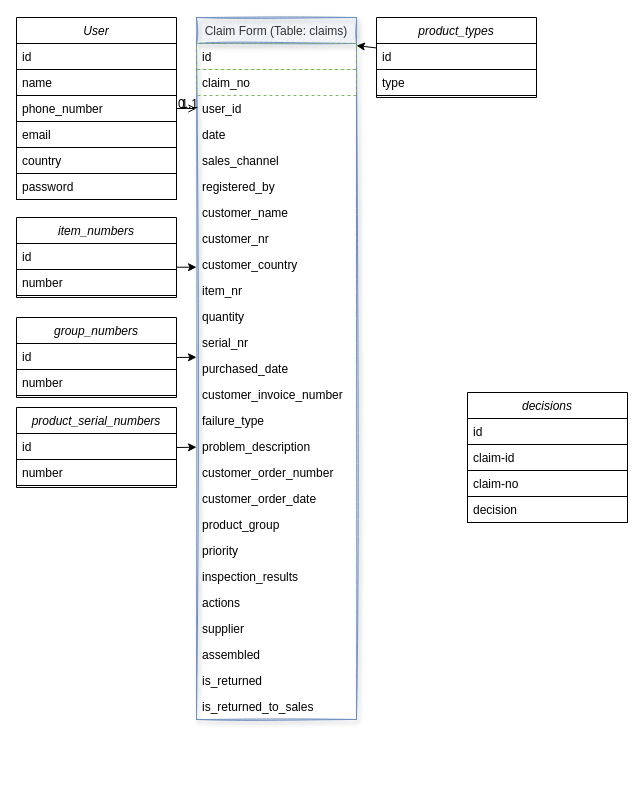
Above: page "Database Design" (2 of 2) of Untitled Diagram.drawio in b3d0NA/b3d0NA (draw.io), before the change. Source tidied: cells renumbered, new cells numbered last; positions are measured from the earlier drawing's top-left corner, leaving out a move shared by most shapes. Both pictures are drawn from the tidied source at 100%, with x=0, y=0 at pixel (16, 17).
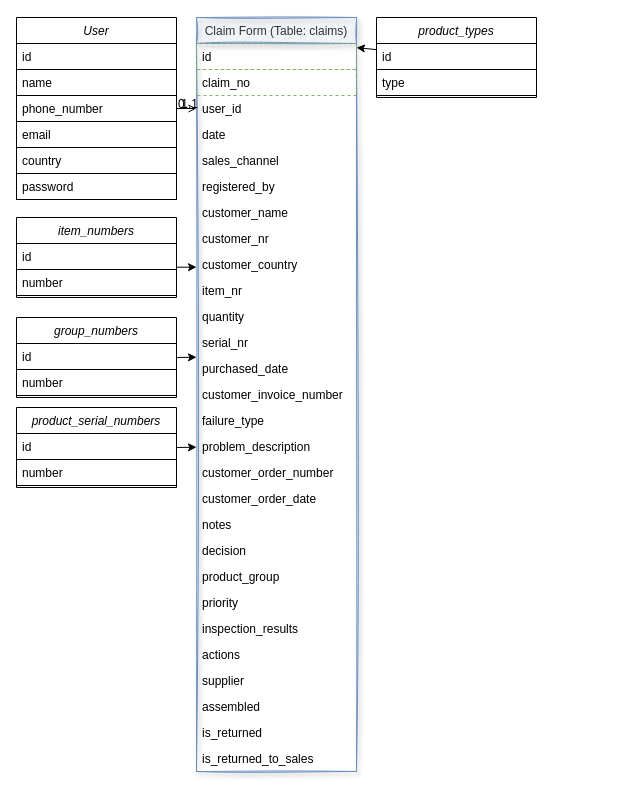
After the change.

The edit, as a diff of the source:
```diff
@@
     <mxCell id="9" value="Claim Form (Table: claims)" style="swimlane;fontStyle=0;align=center;verticalAlign=top;horizontal=1;startSize=26;rounded=0;shadow=1;strokeWidth=1;fillColor=#dae8fc;strokeColor=#6c8ebf;glass=0;sketch=1;fontColor=#333333;" parent="1" vertex="1">
-      <mxGeometry x="180" width="160" height="702" as="geometry" />
+      <mxGeometry x="180" width="160" height="754" as="geometry" />
     </mxCell>
@@
-    <mxCell id="26" value="customer_order_number&#10;" style="text;align=left;verticalAlign=top;spacingLeft=4;spacingRight=4;overflow=hidden;rounded=0;shadow=0;html=0;" parent="9" vertex="1">
+    <mxCell id="26" value="customer_order_number" style="text;align=left;verticalAlign=top;spacingLeft=4;spacingRight=4;overflow=hidden;rounded=0;shadow=0;html=0;" parent="9" vertex="1">
       <mxGeometry y="442" width="160" height="26" as="geometry" />
     </mxCell>
-    <mxCell id="27" value="customer_order_date&#10;" style="text;align=left;verticalAlign=top;spacingLeft=4;spacingRight=4;overflow=hidden;rounded=0;shadow=0;html=0;" parent="9" vertex="1">
+    <mxCell id="27" value="customer_order_date" style="text;align=left;verticalAlign=top;spacingLeft=4;spacingRight=4;overflow=hidden;rounded=0;shadow=0;html=0;" parent="9" vertex="1">
       <mxGeometry y="468" width="160" height="26" as="geometry" />
     </mxCell>
+    <mxCell id="60" value="notes" style="text;align=left;verticalAlign=top;spacingLeft=4;spacingRight=4;overflow=hidden;rounded=0;shadow=0;html=0;" parent="9" vertex="1">
+      <mxGeometry y="494" width="160" height="26" as="geometry" />
+    </mxCell>
+    <mxCell id="59" value="decision" style="text;align=left;verticalAlign=top;spacingLeft=4;spacingRight=4;overflow=hidden;rounded=0;shadow=0;html=0;" parent="9" vertex="1">
+      <mxGeometry y="520" width="160" height="26" as="geometry" />
+    </mxCell>
     <mxCell id="28" value="product_group" style="text;align=left;verticalAlign=top;spacingLeft=4;spacingRight=4;overflow=hidden;rounded=0;shadow=0;html=0;" parent="9" vertex="1">
-      <mxGeometry y="494" width="160" height="26" as="geometry" />
+      <mxGeometry y="546" width="160" height="26" as="geometry" />
     </mxCell>
     <mxCell id="29" value="priority" style="text;align=left;verticalAlign=top;spacingLeft=4;spacingRight=4;overflow=hidden;rounded=0;shadow=0;html=0;" parent="9" vertex="1">
-      <mxGeometry y="520" width="160" height="26" as="geometry" />
+      <mxGeometry y="572" width="160" height="26" as="geometry" />
     </mxCell>
     <mxCell id="30" value="inspection_results" style="text;align=left;verticalAlign=top;spacingLeft=4;spacingRight=4;overflow=hidden;rounded=0;shadow=0;html=0;" parent="9" vertex="1">
-      <mxGeometry y="546" width="160" height="26" as="geometry" />
+      <mxGeometry y="598" width="160" height="26" as="geometry" />
     </mxCell>
     <mxCell id="31" value="actions" style="text;align=left;verticalAlign=top;spacingLeft=4;spacingRight=4;overflow=hidden;rounded=0;shadow=0;html=0;" parent="9" vertex="1">
-      <mxGeometry y="572" width="160" height="26" as="geometry" />
+      <mxGeometry y="624" width="160" height="26" as="geometry" />
     </mxCell>
     <mxCell id="32" value="supplier" style="text;align=left;verticalAlign=top;spacingLeft=4;spacingRight=4;overflow=hidden;rounded=0;shadow=0;html=0;" parent="9" vertex="1">
-      <mxGeometry y="598" width="160" height="26" as="geometry" />
+      <mxGeometry y="650" width="160" height="26" as="geometry" />
     </mxCell>
     <mxCell id="33" value="assembled" style="text;align=left;verticalAlign=top;spacingLeft=4;spacingRight=4;overflow=hidden;rounded=0;shadow=0;html=0;" parent="9" vertex="1">
-      <mxGeometry y="624" width="160" height="26" as="geometry" />
+      <mxGeometry y="676" width="160" height="26" as="geometry" />
     </mxCell>
     <mxCell id="34" value="is_returned" style="text;align=left;verticalAlign=top;spacingLeft=4;spacingRight=4;overflow=hidden;rounded=0;shadow=0;html=0;" parent="9" vertex="1">
-      <mxGeometry y="650" width="160" height="26" as="geometry" />
+      <mxGeometry y="702" width="160" height="26" as="geometry" />
     </mxCell>
     <mxCell id="35" value="is_returned_to_sales" style="text;align=left;verticalAlign=top;spacingLeft=4;spacingRight=4;overflow=hidden;rounded=0;shadow=0;html=0;" parent="9" vertex="1">
-      <mxGeometry y="676" width="160" height="26" as="geometry" />
+      <mxGeometry y="728" width="160" height="26" as="geometry" />
     </mxCell>
@@
-    <mxCell id="55" value="decisions" style="swimlane;fontStyle=2;align=center;verticalAlign=top;horizontal=1;startSize=26;rounded=0;shadow=0;strokeWidth=1;" parent="1" vertex="1">
-      <mxGeometry x="451" y="375" width="160" height="130" as="geometry" />
-    </mxCell>
-    <mxCell id="56" value="id" style="text;align=left;verticalAlign=top;spacingLeft=4;spacingRight=4;overflow=hidden;strokeColor=default;" parent="55" vertex="1">
-      <mxGeometry y="26" width="160" height="26" as="geometry" />
-    </mxCell>
-    <mxCell id="57" value="claim-id" style="text;align=left;verticalAlign=top;spacingLeft=4;spacingRight=4;overflow=hidden;rounded=0;shadow=0;html=0;strokeColor=default;" parent="55" vertex="1">
-      <mxGeometry y="52" width="160" height="26" as="geometry" />
-    </mxCell>
-    <mxCell id="58" value="claim-no" style="text;align=left;verticalAlign=top;spacingLeft=4;spacingRight=4;overflow=hidden;rounded=0;shadow=0;html=0;strokeColor=default;" parent="55" vertex="1">
-      <mxGeometry y="78" width="160" height="26" as="geometry" />
-    </mxCell>
-    <mxCell id="59" value="decision" style="text;align=left;verticalAlign=top;spacingLeft=4;spacingRight=4;overflow=hidden;rounded=0;shadow=0;html=0;strokeColor=default;" parent="55" vertex="1">
-      <mxGeometry y="104" width="160" height="26" as="geometry" />
-    </mxCell>
```
